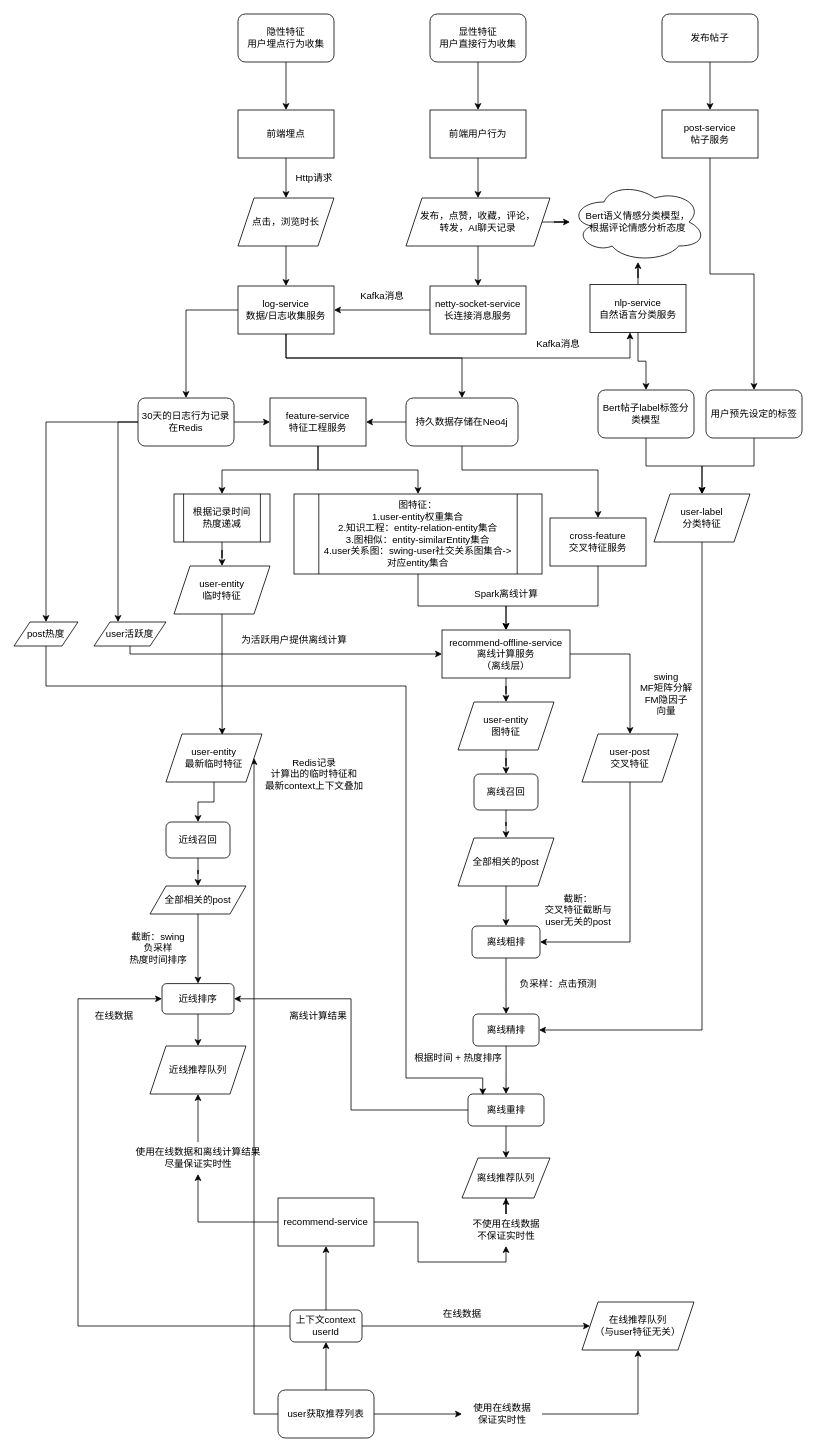
This is spring-server/business/recommend-service/docs/推荐系统架构.drawio from nangong918/SmartMedicine-App, a draw.io file, before an edit. Source tidied: cells renumbered, new cells numbered last; positions are measured from the earlier drawing's top-left corner, leaving out a move shared by most shapes. Both pictures are drawn from the tidied source at 80%, with x=0, y=0 at pixel (14, 14).
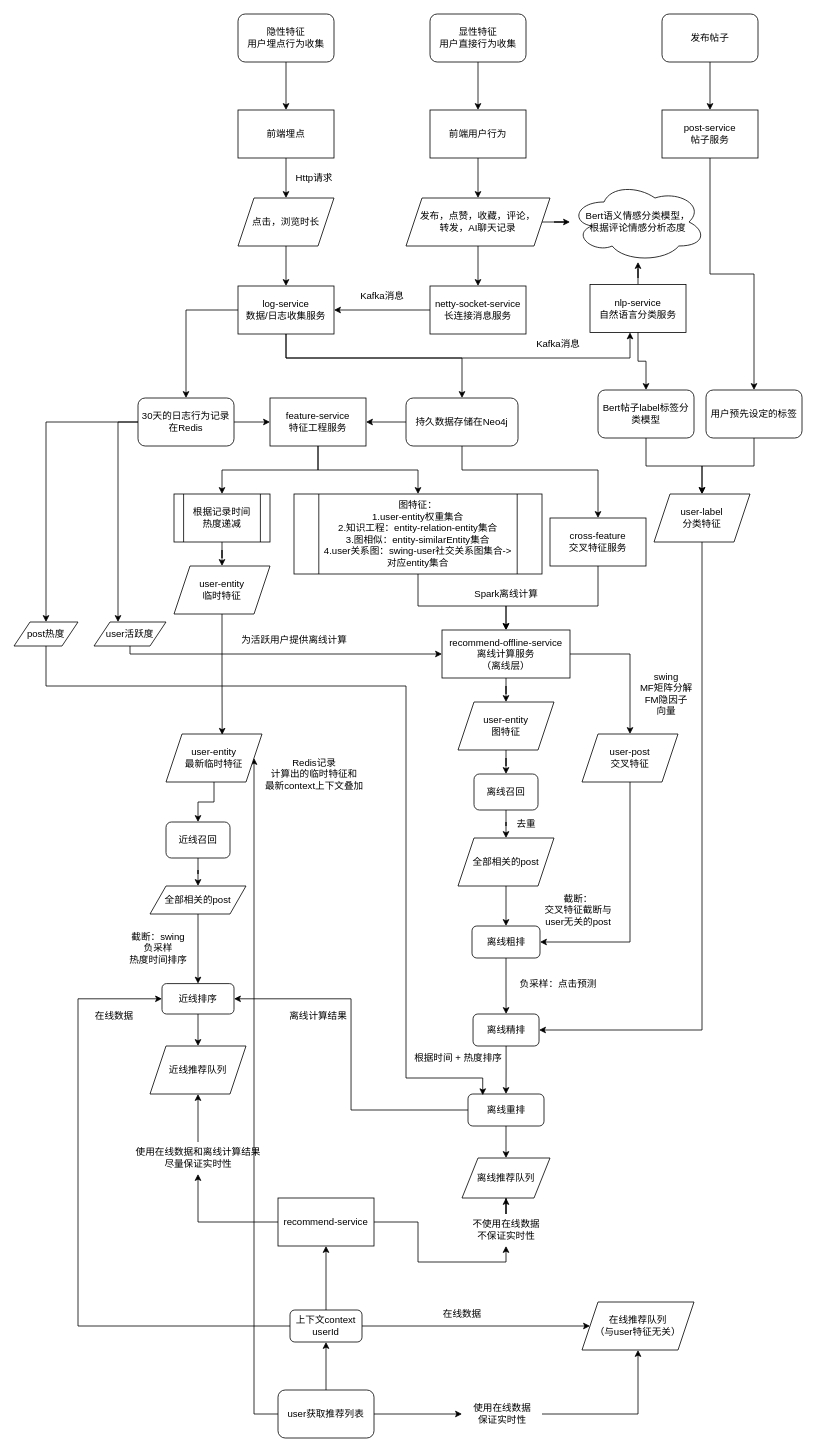
After the change.

Change to the diagram source:
```diff
@@
+    <mxCell id="117" value="去重" style="text;html=1;align=center;verticalAlign=middle;strokeColor=none;fillColor=none;" parent="1" vertex="1">
+      <mxGeometry x="615" y="998" width="50" height="30" as="geometry" />
+    </mxCell>
```
